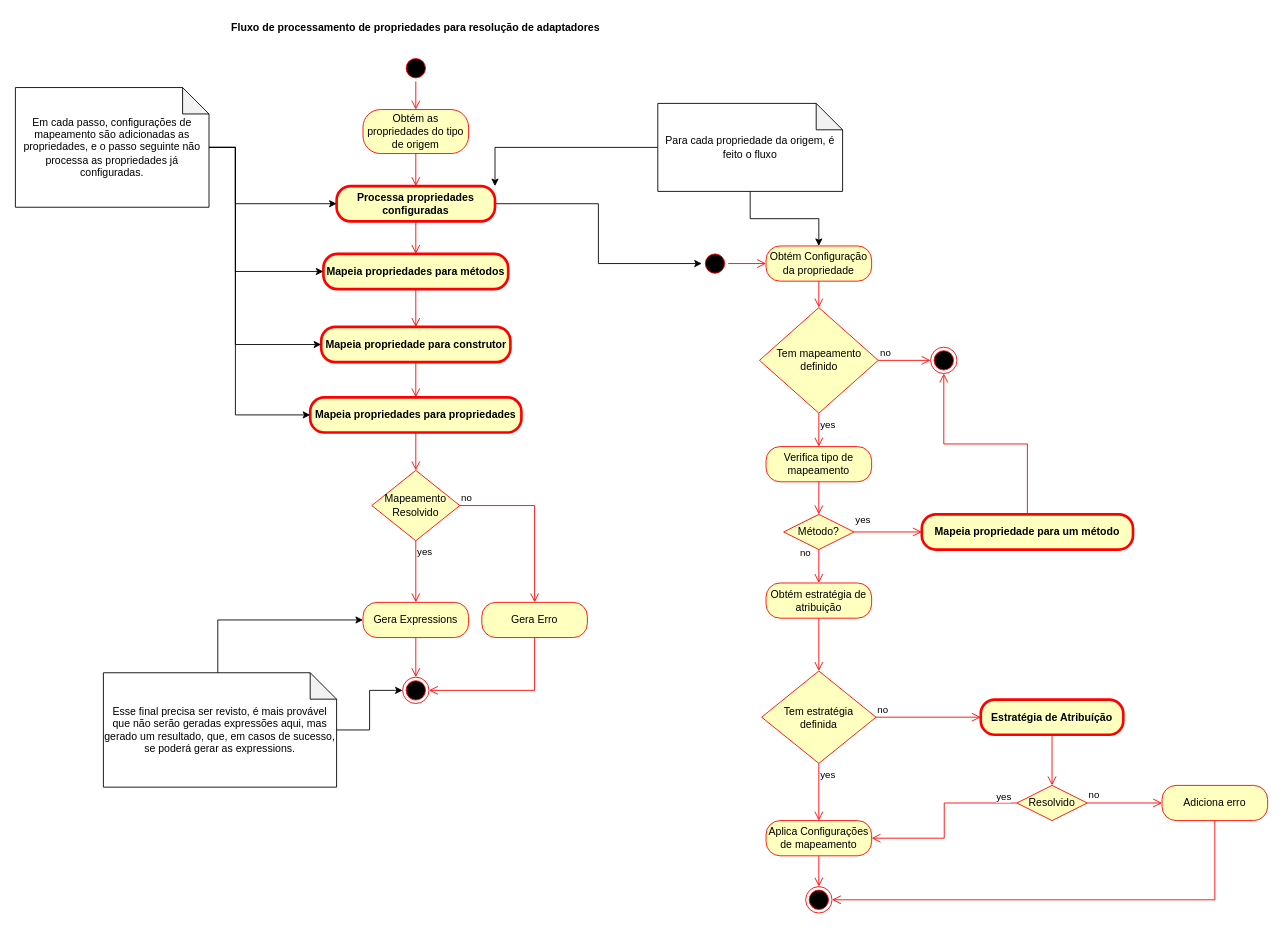
Earlier version of the draw.io diagram page "Properties" (3 of 6) of Diagrams/adapter-flow.drawio (Royal-Code/SmartMapper). Source tidied: cells renumbered, new cells numbered last; positions are measured from the earlier drawing's top-left corner, leaving out a move shared by most shapes. Both pictures are drawn from the tidied source at 88%, with x=0, y=0 at pixel (15, 15).
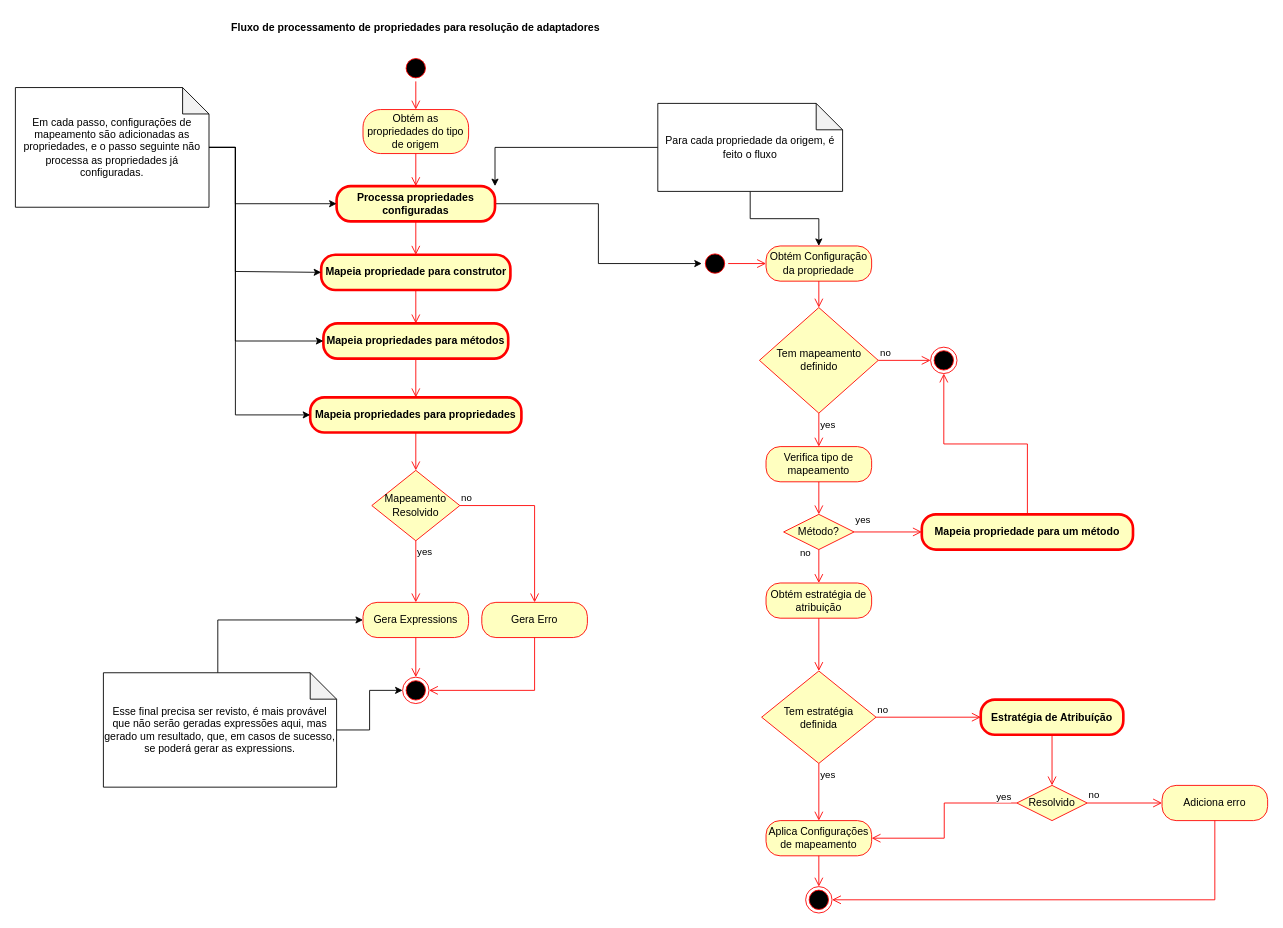
The same page after the edit.

Unchanged cells that the change refers to:
```xml
<mxCell id="44" value="&lt;b&gt;Processa propriedades configuradas&lt;/b&gt;" style="rounded=1;whiteSpace=wrap;html=1;arcSize=40;fontColor=#000000;fillColor=#ffffc0;strokeColor=#ff0000;strokeWidth=3;" parent="1" vertex="1">
  <mxGeometry x="365" y="194" width="180" height="40" as="geometry" />
</mxCell>
<mxCell id="50" value="&lt;b&gt;Mapeia propriedades para propriedades&lt;/b&gt;" style="rounded=1;whiteSpace=wrap;html=1;arcSize=40;fontColor=#000000;fillColor=#ffffc0;strokeColor=#ff0000;strokeWidth=3;" parent="1" vertex="1">
  <mxGeometry x="335" y="434" width="240" height="40" as="geometry" />
</mxCell>
<mxCell id="57" value="Em cada passo, configurações de mapeamento são adicionadas as propriedades, e o passo seguinte não processa as propriedades já configuradas." style="shape=note;whiteSpace=wrap;html=1;backgroundOutline=1;darkOpacity=0.05;strokeWidth=1;" parent="1" vertex="1">
  <mxGeometry y="82" width="220" height="136" as="geometry" />
</mxCell>
```

Change to the diagram source:
```diff
@@
-    <mxCell id="45" style="edgeStyle=orthogonalEdgeStyle;html=1;verticalAlign=bottom;endArrow=open;endSize=8;strokeColor=#ff0000;rounded=0;entryX=0.5;entryY=0;entryDx=0;entryDy=0;" parent="1" edge="1" source="44" target="46">
+    <mxCell id="45" style="edgeStyle=orthogonalEdgeStyle;html=1;verticalAlign=bottom;endArrow=open;endSize=8;strokeColor=#ff0000;rounded=0;entryX=0.5;entryY=0;entryDx=0;entryDy=0;" parent="1" edge="1" source="44" target="48">
       <mxGeometry relative="1" as="geometry" />
     </mxCell>
     <mxCell id="46" value="&lt;b&gt;Mapeia propriedades para métodos&lt;/b&gt;" style="rounded=1;whiteSpace=wrap;html=1;arcSize=40;fontColor=#000000;fillColor=#ffffc0;strokeColor=#ff0000;strokeWidth=3;" parent="1" vertex="1">
-      <mxGeometry x="350" y="271" width="210" height="40" as="geometry" />
+      <mxGeometry x="350" y="350" width="210" height="40" as="geometry" />
     </mxCell>
-    <mxCell id="47" style="edgeStyle=orthogonalEdgeStyle;html=1;verticalAlign=bottom;endArrow=open;endSize=8;strokeColor=#ff0000;rounded=0;entryX=0.5;entryY=0;entryDx=0;entryDy=0;" parent="1" edge="1" source="46" target="48">
+    <mxCell id="47" style="edgeStyle=orthogonalEdgeStyle;html=1;verticalAlign=bottom;endArrow=open;endSize=8;strokeColor=#ff0000;rounded=0;entryX=0.5;entryY=0;entryDx=0;entryDy=0;" parent="1" edge="1" source="46" target="50">
       <mxGeometry relative="1" as="geometry" />
     </mxCell>
     <mxCell id="48" value="&lt;b&gt;Mapeia propriedade para construtor&lt;/b&gt;" style="rounded=1;whiteSpace=wrap;html=1;arcSize=40;fontColor=#000000;fillColor=#ffffc0;strokeColor=#ff0000;strokeWidth=3;" parent="1" vertex="1">
-      <mxGeometry x="347.5" y="354" width="215" height="40" as="geometry" />
+      <mxGeometry x="347.5" y="272" width="215" height="40" as="geometry" />
     </mxCell>
-    <mxCell id="49" style="edgeStyle=orthogonalEdgeStyle;html=1;verticalAlign=bottom;endArrow=open;endSize=8;strokeColor=#ff0000;rounded=0;entryX=0.5;entryY=0;entryDx=0;entryDy=0;" parent="1" edge="1" source="48" target="50">
+    <mxCell id="49" style="edgeStyle=orthogonalEdgeStyle;html=1;verticalAlign=bottom;endArrow=open;endSize=8;strokeColor=#ff0000;rounded=0;exitX=0.5;exitY=1;exitDx=0;exitDy=0;entryX=0.5;entryY=0;entryDx=0;entryDy=0;" parent="1" edge="1" source="48" target="46">
       <mxGeometry relative="1" as="geometry" />
     </mxCell>
@@
-    <mxCell id="54" style="edgeStyle=orthogonalEdgeStyle;rounded=0;jettySize=auto;html=1;entryX=0;entryY=0.5;entryDx=0;entryDy=0;strokeWidth=1;" parent="1" edge="1" source="57" target="46">
+    <mxCell id="54" style="edgeStyle=orthogonalEdgeStyle;rounded=0;jettySize=auto;html=1;strokeWidth=1;entryX=0;entryY=0.5;entryDx=0;entryDy=0;" parent="1" edge="1" source="57" target="48">
       <mxGeometry relative="1" as="geometry">
         <Array as="points">
           <mxPoint x="250" y="150" />
           <mxPoint x="250" y="291" />
         </Array>
       </mxGeometry>
     </mxCell>
-    <mxCell id="55" style="edgeStyle=orthogonalEdgeStyle;rounded=0;jettySize=auto;html=1;entryX=0;entryY=0.5;entryDx=0;entryDy=0;strokeWidth=1;" parent="1" edge="1" source="57" target="48">
+    <mxCell id="55" style="edgeStyle=orthogonalEdgeStyle;rounded=0;jettySize=auto;html=1;strokeWidth=1;entryX=0;entryY=0.5;entryDx=0;entryDy=0;" parent="1" edge="1" source="57" target="46">
       <mxGeometry relative="1" as="geometry">
         <Array as="points">
           <mxPoint x="250" y="150" />
-          <mxPoint x="250" y="374" />
+          <mxPoint x="250" y="370" />
         </Array>
       </mxGeometry>
     </mxCell>
```
